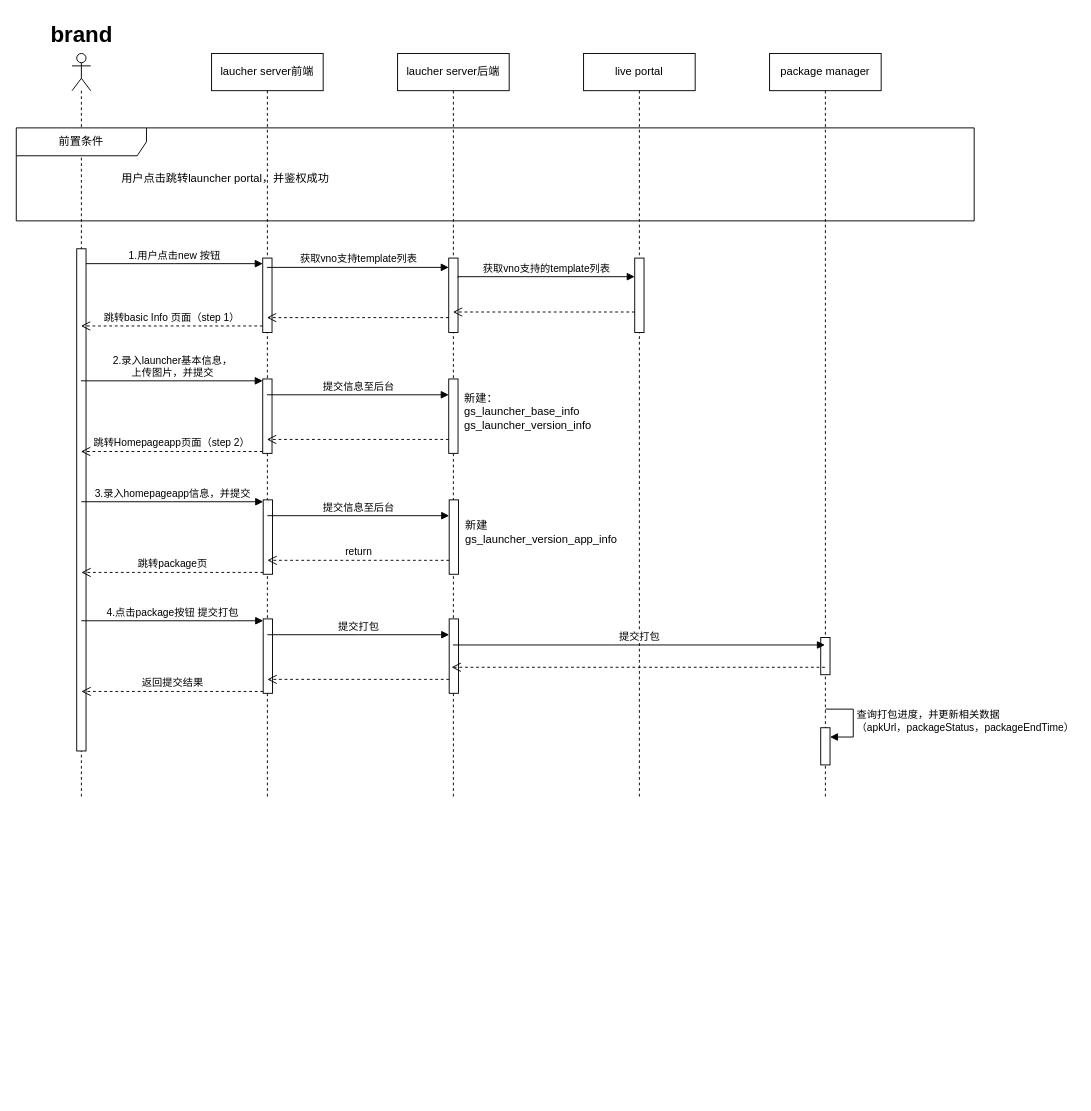
Before: page "launcher-新建launcher" (8 of 10) of 未命名绘图.drawio in beixiaohai/zerotrust, a draw.io diagram. Source tidied: cells renumbered, new cells numbered last; positions are measured from the earlier drawing's top-left corner, leaving out a move shared by most shapes. Both pictures are drawn from the tidied source at 93%, with x=0, y=0 at pixel (16, 16).
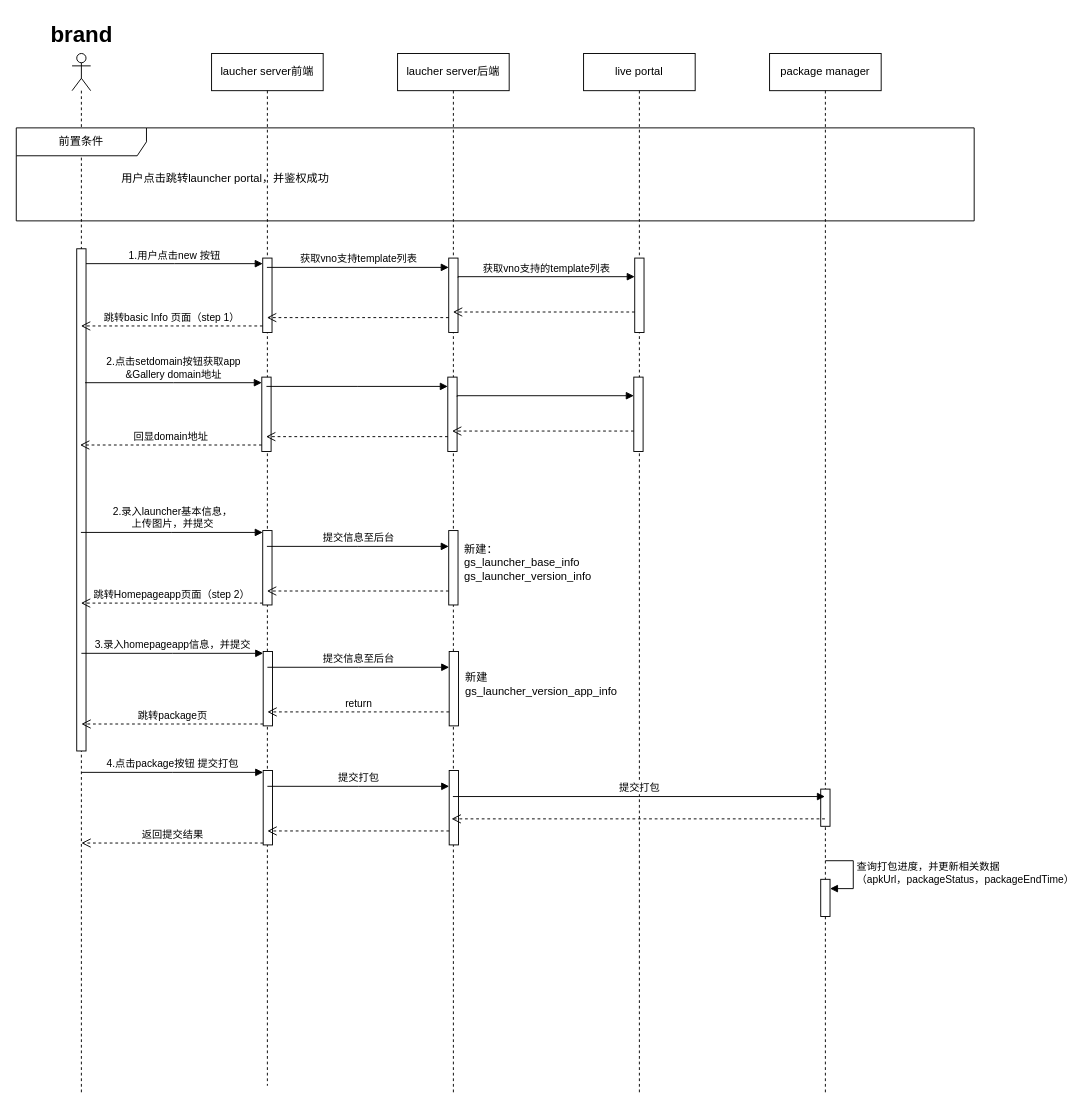
The same page after the edit.

Commit message:
更新未命名绘图.drawio

The edit, as a diff of the source:
```diff
@@
     <mxCell id="2" value="laucher server前端" style="shape=umlLifeline;perimeter=lifelinePerimeter;whiteSpace=wrap;html=1;outlineConnect=0;portConstraint=eastwest;newEdgeStyle={&quot;edgeStyle&quot;:&quot;elbowEdgeStyle&quot;,&quot;elbow&quot;:&quot;vertical&quot;,&quot;curved&quot;:0,&quot;rounded&quot;:0};" parent="1" vertex="1">
-      <mxGeometry x="210" y="40" width="120" height="800" as="geometry" />
+      <mxGeometry x="210" y="40" width="120" height="1110" as="geometry" />
     </mxCell>
@@
     <mxCell id="4" style="html=1;perimeter=orthogonalPerimeter;targetShapes=umlLifeline;newEdgeStyle={&quot;edgeStyle&quot;:&quot;elbowEdgeStyle&quot;,&quot;elbow&quot;:&quot;vertical&quot;,&quot;curved&quot;:0,&quot;rounded&quot;:0};" parent="2" vertex="1">
-      <mxGeometry x="55" y="350" width="10" height="80" as="geometry" />
+      <mxGeometry x="55" y="513" width="10" height="80" as="geometry" />
     </mxCell>
     <mxCell id="5" style="shape=umlLifeline;perimeter=lifelinePerimeter;whiteSpace=wrap;html=1;newEdgeStyle={&quot;edgeStyle&quot;:&quot;elbowEdgeStyle&quot;,&quot;elbow&quot;:&quot;vertical&quot;,&quot;curved&quot;:0,&quot;rounded&quot;:0};participant=umlActor;" parent="1" vertex="1">
-      <mxGeometry x="60" y="40" width="20" height="800" as="geometry" />
+      <mxGeometry x="60" y="40" width="20" height="1120" as="geometry" />
     </mxCell>
@@
     <mxCell id="7" value="laucher server后端" style="shape=umlLifeline;perimeter=lifelinePerimeter;whiteSpace=wrap;html=1;newEdgeStyle={&quot;edgeStyle&quot;:&quot;elbowEdgeStyle&quot;,&quot;elbow&quot;:&quot;vertical&quot;,&quot;curved&quot;:0,&quot;rounded&quot;:0};" parent="1" vertex="1">
-      <mxGeometry x="410" y="40" width="120" height="800" as="geometry" />
+      <mxGeometry x="410" y="40" width="120" height="1120" as="geometry" />
     </mxCell>
@@
     <mxCell id="10" style="html=1;perimeter=orthogonalPerimeter;targetShapes=umlLifeline;newEdgeStyle={&quot;edgeStyle&quot;:&quot;elbowEdgeStyle&quot;,&quot;elbow&quot;:&quot;vertical&quot;,&quot;curved&quot;:0,&quot;rounded&quot;:0};" parent="7" vertex="1">
-      <mxGeometry x="55" y="350" width="10" height="80" as="geometry" />
+      <mxGeometry x="55" y="513" width="10" height="80" as="geometry" />
     </mxCell>
     <mxCell id="11" value="live portal" style="shape=umlLifeline;perimeter=lifelinePerimeter;whiteSpace=wrap;html=1;newEdgeStyle={&quot;edgeStyle&quot;:&quot;elbowEdgeStyle&quot;,&quot;elbow&quot;:&quot;vertical&quot;,&quot;curved&quot;:0,&quot;rounded&quot;:0};" parent="1" vertex="1">
-      <mxGeometry x="610" y="40" width="120" height="800" as="geometry" />
+      <mxGeometry x="610" y="40" width="120" height="1120" as="geometry" />
     </mxCell>
@@
     <mxCell id="16" value="package manager" style="shape=umlLifeline;perimeter=lifelinePerimeter;whiteSpace=wrap;html=1;outlineConnect=0;portConstraint=eastwest;newEdgeStyle={&quot;edgeStyle&quot;:&quot;elbowEdgeStyle&quot;,&quot;elbow&quot;:&quot;vertical&quot;,&quot;curved&quot;:0,&quot;rounded&quot;:0};" parent="1" vertex="1">
-      <mxGeometry x="810" y="40" width="120" height="800" as="geometry" />
+      <mxGeometry x="810" y="40" width="120" height="1120" as="geometry" />
     </mxCell>
     <mxCell id="17" style="html=1;perimeter=orthogonalPerimeter;targetShapes=umlLifeline;newEdgeStyle={&quot;edgeStyle&quot;:&quot;elbowEdgeStyle&quot;,&quot;elbow&quot;:&quot;vertical&quot;,&quot;curved&quot;:0,&quot;rounded&quot;:0};" parent="16" vertex="1">
-      <mxGeometry x="55" y="628" width="10" height="40" as="geometry" />
+      <mxGeometry x="55" y="791" width="10" height="40" as="geometry" />
     </mxCell>
     <mxCell id="18" style="html=1;points=[];perimeter=orthogonalPerimeter;outlineConnect=0;targetShapes=umlLifeline;portConstraint=eastwest;newEdgeStyle={&quot;edgeStyle&quot;:&quot;elbowEdgeStyle&quot;,&quot;elbow&quot;:&quot;vertical&quot;,&quot;curved&quot;:0,&quot;rounded&quot;:0};" parent="16" vertex="1">
-      <mxGeometry x="55" y="725" width="10" height="40" as="geometry" />
+      <mxGeometry x="55" y="888" width="10" height="40" as="geometry" />
     </mxCell>
     <mxCell id="19" value="查询打包进度，并更新相关数据&lt;br&gt;（apkUrl，packageStatus，packageEndTime）" style="html=1;align=left;spacingLeft=2;endArrow=block;rounded=0;edgeStyle=orthogonalEdgeStyle;curved=0;rounded=0;" parent="16" edge="1" target="18">
       <mxGeometry x="0.01" relative="1" as="geometry">
-        <mxPoint x="60" y="705" as="sourcePoint" />
+        <mxPoint x="60" y="868" as="sourcePoint" />
         <Array as="points">
-          <mxPoint x="90" y="735" />
+          <mxPoint x="90" y="898" />
         </Array>
       </mxGeometry>
     </mxCell>
@@
     <mxCell id="25" value="2.录入launcher基本信息，&lt;br&gt;上传图片，并提交" style="html=1;verticalAlign=bottom;endArrow=block;edgeStyle=elbowEdgeStyle;elbow=vertical;curved=0;rounded=0;" parent="1" edge="1">
       <mxGeometry relative="1" as="geometry">
-        <mxPoint x="69.5" y="392" as="sourcePoint" />
-        <mxPoint x="265" y="392" as="targetPoint" />
+        <mxPoint x="69.5" y="555" as="sourcePoint" />
+        <mxPoint x="265" y="555" as="targetPoint" />
       </mxGeometry>
     </mxCell>
     <mxCell id="26" value="跳转Homepageapp页面（step 2）" style="html=1;verticalAlign=bottom;endArrow=open;dashed=1;endSize=8;edgeStyle=elbowEdgeStyle;elbow=vertical;curved=0;rounded=0;" parent="1" edge="1">
       <mxGeometry relative="1" as="geometry">
-        <mxPoint x="265" y="468" as="sourcePoint" />
-        <mxPoint x="69.5" y="468" as="targetPoint" />
+        <mxPoint x="265" y="631" as="sourcePoint" />
+        <mxPoint x="69.5" y="631" as="targetPoint" />
       </mxGeometry>
     </mxCell>
     <mxCell id="27" value="提交信息至后台" style="html=1;verticalAlign=bottom;endArrow=block;edgeStyle=elbowEdgeStyle;elbow=vertical;curved=0;rounded=0;" parent="1" edge="1">
       <mxGeometry relative="1" as="geometry">
-        <mxPoint x="269.5" y="407" as="sourcePoint" />
-        <mxPoint x="465" y="407" as="targetPoint" />
+        <mxPoint x="269.5" y="570" as="sourcePoint" />
+        <mxPoint x="465" y="570" as="targetPoint" />
       </mxGeometry>
     </mxCell>
     <mxCell id="28" style="html=1;verticalAlign=bottom;endArrow=open;dashed=1;endSize=8;edgeStyle=elbowEdgeStyle;elbow=vertical;curved=0;rounded=0;" parent="1" edge="1">
       <mxGeometry relative="1" as="geometry">
-        <mxPoint x="465" y="455" as="sourcePoint" />
-        <mxPoint x="269.5" y="455" as="targetPoint" />
+        <mxPoint x="465" y="618" as="sourcePoint" />
+        <mxPoint x="269.5" y="618" as="targetPoint" />
       </mxGeometry>
     </mxCell>
     <mxCell id="29" value="新建：&lt;br&gt;gs_launcher_base_info&lt;br&gt;gs_launcher_version_info" style="text;html=1;strokeColor=none;fillColor=none;align=left;verticalAlign=middle;whiteSpace=wrap;rounded=0;" parent="1" vertex="1">
-      <mxGeometry x="480" y="410" width="200" height="30" as="geometry" />
+      <mxGeometry x="480" y="573" width="200" height="30" as="geometry" />
     </mxCell>
     <mxCell id="30" style="html=1;perimeter=orthogonalPerimeter;targetShapes=umlLifeline;newEdgeStyle={&quot;edgeStyle&quot;:&quot;elbowEdgeStyle&quot;,&quot;elbow&quot;:&quot;vertical&quot;,&quot;curved&quot;:0,&quot;rounded&quot;:0};" parent="1" vertex="1">
-      <mxGeometry x="265.5" y="520" width="10" height="80" as="geometry" />
+      <mxGeometry x="265.5" y="683" width="10" height="80" as="geometry" />
     </mxCell>
     <mxCell id="31" style="html=1;perimeter=orthogonalPerimeter;targetShapes=umlLifeline;newEdgeStyle={&quot;edgeStyle&quot;:&quot;elbowEdgeStyle&quot;,&quot;elbow&quot;:&quot;vertical&quot;,&quot;curved&quot;:0,&quot;rounded&quot;:0};" parent="1" vertex="1">
-      <mxGeometry x="465.5" y="520" width="10" height="80" as="geometry" />
+      <mxGeometry x="465.5" y="683" width="10" height="80" as="geometry" />
     </mxCell>
     <mxCell id="32" value="3.录入homepageapp信息，并提交" style="html=1;verticalAlign=bottom;endArrow=block;edgeStyle=elbowEdgeStyle;elbow=vertical;curved=0;rounded=0;" parent="1" edge="1">
       <mxGeometry relative="1" as="geometry">
-        <mxPoint x="70" y="522" as="sourcePoint" />
-        <mxPoint x="265.5" y="522" as="targetPoint" />
+        <mxPoint x="70" y="685" as="sourcePoint" />
+        <mxPoint x="265.5" y="685" as="targetPoint" />
       </mxGeometry>
     </mxCell>
     <mxCell id="33" value="跳转package页" style="html=1;verticalAlign=bottom;endArrow=open;dashed=1;endSize=8;edgeStyle=elbowEdgeStyle;elbow=vertical;curved=0;rounded=0;" parent="1" edge="1">
       <mxGeometry relative="1" as="geometry">
-        <mxPoint x="265.5" y="598" as="sourcePoint" />
-        <mxPoint x="70" y="598" as="targetPoint" />
+        <mxPoint x="265.5" y="761" as="sourcePoint" />
+        <mxPoint x="70" y="761" as="targetPoint" />
       </mxGeometry>
     </mxCell>
     <mxCell id="34" value="提交信息至后台" style="html=1;verticalAlign=bottom;endArrow=block;edgeStyle=elbowEdgeStyle;elbow=vertical;curved=0;rounded=0;" parent="1" edge="1">
       <mxGeometry relative="1" as="geometry">
-        <mxPoint x="270" y="537" as="sourcePoint" />
-        <mxPoint x="465.5" y="537" as="targetPoint" />
+        <mxPoint x="270" y="700" as="sourcePoint" />
+        <mxPoint x="465.5" y="700" as="targetPoint" />
       </mxGeometry>
     </mxCell>
     <mxCell id="35" value="return" style="html=1;verticalAlign=bottom;endArrow=open;dashed=1;endSize=8;edgeStyle=elbowEdgeStyle;elbow=vertical;curved=0;rounded=0;" parent="1" edge="1">
       <mxGeometry relative="1" as="geometry">
-        <mxPoint x="465.5" y="585" as="sourcePoint" />
-        <mxPoint x="270" y="585" as="targetPoint" />
+        <mxPoint x="465.5" y="748" as="sourcePoint" />
+        <mxPoint x="270" y="748" as="targetPoint" />
       </mxGeometry>
     </mxCell>
     <mxCell id="36" value="新建gs_launcher_version_app_info" style="text;html=1;strokeColor=none;fillColor=none;align=left;verticalAlign=middle;whiteSpace=wrap;rounded=0;" parent="1" vertex="1">
-      <mxGeometry x="480.5" y="540" width="180" height="30" as="geometry" />
+      <mxGeometry x="480.5" y="703" width="180" height="30" as="geometry" />
     </mxCell>
     <mxCell id="37" style="html=1;perimeter=orthogonalPerimeter;targetShapes=umlLifeline;newEdgeStyle={&quot;edgeStyle&quot;:&quot;elbowEdgeStyle&quot;,&quot;elbow&quot;:&quot;vertical&quot;,&quot;curved&quot;:0,&quot;rounded&quot;:0};" parent="1" vertex="1">
-      <mxGeometry x="265.5" y="648" width="10" height="80" as="geometry" />
+      <mxGeometry x="265.5" y="811" width="10" height="80" as="geometry" />
     </mxCell>
     <mxCell id="38" style="html=1;perimeter=orthogonalPerimeter;targetShapes=umlLifeline;newEdgeStyle={&quot;edgeStyle&quot;:&quot;elbowEdgeStyle&quot;,&quot;elbow&quot;:&quot;vertical&quot;,&quot;curved&quot;:0,&quot;rounded&quot;:0};" parent="1" vertex="1">
-      <mxGeometry x="465.5" y="648" width="10" height="80" as="geometry" />
+      <mxGeometry x="465.5" y="811" width="10" height="80" as="geometry" />
     </mxCell>
     <mxCell id="39" value="4.点击package按钮 提交打包" style="html=1;verticalAlign=bottom;endArrow=block;edgeStyle=elbowEdgeStyle;elbow=vertical;curved=0;rounded=0;" parent="1" edge="1">
       <mxGeometry relative="1" as="geometry">
-        <mxPoint x="70" y="650" as="sourcePoint" />
-        <mxPoint x="265.5" y="650" as="targetPoint" />
+        <mxPoint x="70" y="813" as="sourcePoint" />
+        <mxPoint x="265.5" y="813" as="targetPoint" />
       </mxGeometry>
     </mxCell>
     <mxCell id="40" value="返回提交结果" style="html=1;verticalAlign=bottom;endArrow=open;dashed=1;endSize=8;edgeStyle=elbowEdgeStyle;elbow=vertical;curved=0;rounded=0;" parent="1" edge="1">
       <mxGeometry relative="1" as="geometry">
-        <mxPoint x="265.5" y="726" as="sourcePoint" />
-        <mxPoint x="70" y="726" as="targetPoint" />
+        <mxPoint x="265.5" y="889" as="sourcePoint" />
+        <mxPoint x="70" y="889" as="targetPoint" />
       </mxGeometry>
     </mxCell>
     <mxCell id="41" value="提交打包" style="html=1;verticalAlign=bottom;endArrow=block;edgeStyle=elbowEdgeStyle;elbow=vertical;curved=0;rounded=0;" parent="1" edge="1">
       <mxGeometry relative="1" as="geometry">
-        <mxPoint x="270" y="665" as="sourcePoint" />
-        <mxPoint x="465.5" y="665" as="targetPoint" />
+        <mxPoint x="270" y="828" as="sourcePoint" />
+        <mxPoint x="465.5" y="828" as="targetPoint" />
       </mxGeometry>
     </mxCell>
     <mxCell id="42" style="html=1;verticalAlign=bottom;endArrow=open;dashed=1;endSize=8;edgeStyle=elbowEdgeStyle;elbow=vertical;curved=0;rounded=0;" parent="1" edge="1">
       <mxGeometry relative="1" as="geometry">
-        <mxPoint x="465.5" y="713" as="sourcePoint" />
-        <mxPoint x="270" y="713" as="targetPoint" />
+        <mxPoint x="465.5" y="876" as="sourcePoint" />
+        <mxPoint x="270" y="876" as="targetPoint" />
       </mxGeometry>
     </mxCell>
-    <mxCell id="43" value="提交打包" style="html=1;verticalAlign=bottom;endArrow=block;edgeStyle=elbowEdgeStyle;elbow=vertical;curved=0;rounded=0;" parent="1" edge="1" target="16">
+    <mxCell id="43" value="提交打包" style="html=1;verticalAlign=bottom;endArrow=block;edgeStyle=elbowEdgeStyle;elbow=vertical;curved=0;rounded=0;" parent="1" edge="1">
       <mxGeometry relative="1" as="geometry">
-        <mxPoint x="469.5" y="676" as="sourcePoint" />
+        <mxPoint x="469.5" y="839" as="sourcePoint" />
+        <mxPoint x="869.5" y="839" as="targetPoint" />
       </mxGeometry>
     </mxCell>
-    <mxCell id="44" style="html=1;verticalAlign=bottom;endArrow=open;dashed=1;endSize=8;edgeStyle=elbowEdgeStyle;elbow=vertical;curved=0;rounded=0;" parent="1" edge="1" source="16">
+    <mxCell id="44" style="html=1;verticalAlign=bottom;endArrow=open;dashed=1;endSize=8;edgeStyle=elbowEdgeStyle;elbow=vertical;curved=0;rounded=0;" parent="1" edge="1">
       <mxGeometry relative="1" as="geometry">
-        <mxPoint x="468" y="700" as="targetPoint" />
+        <mxPoint x="869.5" y="863" as="sourcePoint" />
+        <mxPoint x="468" y="863" as="targetPoint" />
       </mxGeometry>
     </mxCell>
+    <mxCell id="45" style="html=1;perimeter=orthogonalPerimeter;targetShapes=umlLifeline;newEdgeStyle={&quot;edgeStyle&quot;:&quot;elbowEdgeStyle&quot;,&quot;elbow&quot;:&quot;vertical&quot;,&quot;curved&quot;:0,&quot;rounded&quot;:0};" parent="1" vertex="1">
+      <mxGeometry x="264" y="388" width="10" height="80" as="geometry" />
+    </mxCell>
+    <mxCell id="46" style="html=1;perimeter=orthogonalPerimeter;targetShapes=umlLifeline;newEdgeStyle={&quot;edgeStyle&quot;:&quot;elbowEdgeStyle&quot;,&quot;elbow&quot;:&quot;vertical&quot;,&quot;curved&quot;:0,&quot;rounded&quot;:0};" parent="1" vertex="1">
+      <mxGeometry x="464" y="388" width="10" height="80" as="geometry" />
+    </mxCell>
+    <mxCell id="47" style="html=1;verticalAlign=bottom;endArrow=block;edgeStyle=elbowEdgeStyle;elbow=vertical;curved=0;rounded=0;" parent="1" edge="1">
+      <mxGeometry relative="1" as="geometry">
+        <mxPoint x="269" y="398" as="sourcePoint" />
+        <mxPoint x="464" y="398" as="targetPoint" />
+      </mxGeometry>
+    </mxCell>
+    <mxCell id="48" style="html=1;points=[];perimeter=orthogonalPerimeter;outlineConnect=0;targetShapes=umlLifeline;portConstraint=eastwest;newEdgeStyle={&quot;edgeStyle&quot;:&quot;elbowEdgeStyle&quot;,&quot;elbow&quot;:&quot;vertical&quot;,&quot;curved&quot;:0,&quot;rounded&quot;:0};" parent="1" vertex="1">
+      <mxGeometry x="664" y="388" width="10" height="80" as="geometry" />
+    </mxCell>
+    <mxCell id="49" value="2.点击setdomain按钮获取app&lt;br&gt;&amp;amp;Gallery domain地址&lt;br&gt;&lt;span class=&quot;lark-record-clipboard&quot; data-lark-record-data=&quot;{&amp;quot;rootId&amp;quot;:&amp;quot;WVlDdUm7Lor1thxGxDil7rhBgab&amp;quot;,&amp;quot;text&amp;quot;:{&amp;quot;initialAttributedTexts&amp;quot;:{&amp;quot;text&amp;quot;:{&amp;quot;0&amp;quot;:&amp;quot;App-Gallery&amp;quot;},&amp;quot;attribs&amp;quot;:{&amp;quot;0&amp;quot;:&amp;quot;*0+b&amp;quot;}},&amp;quot;apool&amp;quot;:{&amp;quot;numToAttrib&amp;quot;:{&amp;quot;0&amp;quot;:[&amp;quot;author&amp;quot;,&amp;quot;7252519500719849503&amp;quot;]},&amp;quot;nextNum&amp;quot;:1}},&amp;quot;type&amp;quot;:&amp;quot;text&amp;quot;,&amp;quot;referenceRecordMap&amp;quot;:{},&amp;quot;extra&amp;quot;:{&amp;quot;mention_page_title&amp;quot;:{},&amp;quot;external_mention_url&amp;quot;:{}},&amp;quot;isKeepQuoteContainer&amp;quot;:false,&amp;quot;isFromCode&amp;quot;:false,&amp;quot;selection&amp;quot;:[{&amp;quot;id&amp;quot;:243,&amp;quot;type&amp;quot;:&amp;quot;text&amp;quot;,&amp;quot;selection&amp;quot;:{&amp;quot;start&amp;quot;:33,&amp;quot;end&amp;quot;:44},&amp;quot;recordId&amp;quot;:&amp;quot;Y0kAdOWSEovG2oxNwyjl5O1NgRe&amp;quot;}],&amp;quot;payloadMap&amp;quot;:{},&amp;quot;isCut&amp;quot;:false}&quot;&gt;&lt;/span&gt;" style="html=1;verticalAlign=bottom;endArrow=block;edgeStyle=elbowEdgeStyle;elbow=vertical;curved=0;rounded=0;" parent="1" edge="1">
+      <mxGeometry relative="1" as="geometry">
+        <mxPoint x="74" y="394" as="sourcePoint" />
+        <mxPoint x="264" y="394" as="targetPoint" />
+      </mxGeometry>
+    </mxCell>
+    <mxCell id="50" style="html=1;verticalAlign=bottom;endArrow=block;edgeStyle=elbowEdgeStyle;elbow=vertical;curved=0;rounded=0;" parent="1" edge="1" target="48">
+      <mxGeometry relative="1" as="geometry">
+        <mxPoint x="474" y="409" as="sourcePoint" />
+        <Array as="points">
+          <mxPoint x="659" y="408" />
+        </Array>
+      </mxGeometry>
+    </mxCell>
+    <mxCell id="51" style="html=1;verticalAlign=bottom;endArrow=open;dashed=1;endSize=8;edgeStyle=elbowEdgeStyle;elbow=vertical;curved=0;rounded=0;" parent="1" edge="1" source="48">
+      <mxGeometry relative="1" as="geometry">
+        <mxPoint x="468.5" y="446" as="targetPoint" />
+      </mxGeometry>
+    </mxCell>
+    <mxCell id="52" style="html=1;verticalAlign=bottom;endArrow=open;dashed=1;endSize=8;edgeStyle=elbowEdgeStyle;elbow=vertical;curved=0;rounded=0;" parent="1" edge="1">
+      <mxGeometry relative="1" as="geometry">
+        <mxPoint x="464" y="452" as="sourcePoint" />
+        <mxPoint x="268.5" y="452" as="targetPoint" />
+      </mxGeometry>
+    </mxCell>
+    <mxCell id="53" value="回显domain地址" style="html=1;verticalAlign=bottom;endArrow=open;dashed=1;endSize=8;edgeStyle=elbowEdgeStyle;elbow=vertical;curved=0;rounded=0;" parent="1" edge="1">
+      <mxGeometry relative="1" as="geometry">
+        <mxPoint x="264" y="461" as="sourcePoint" />
+        <mxPoint x="68.5" y="461" as="targetPoint" />
+      </mxGeometry>
+    </mxCell>
```
